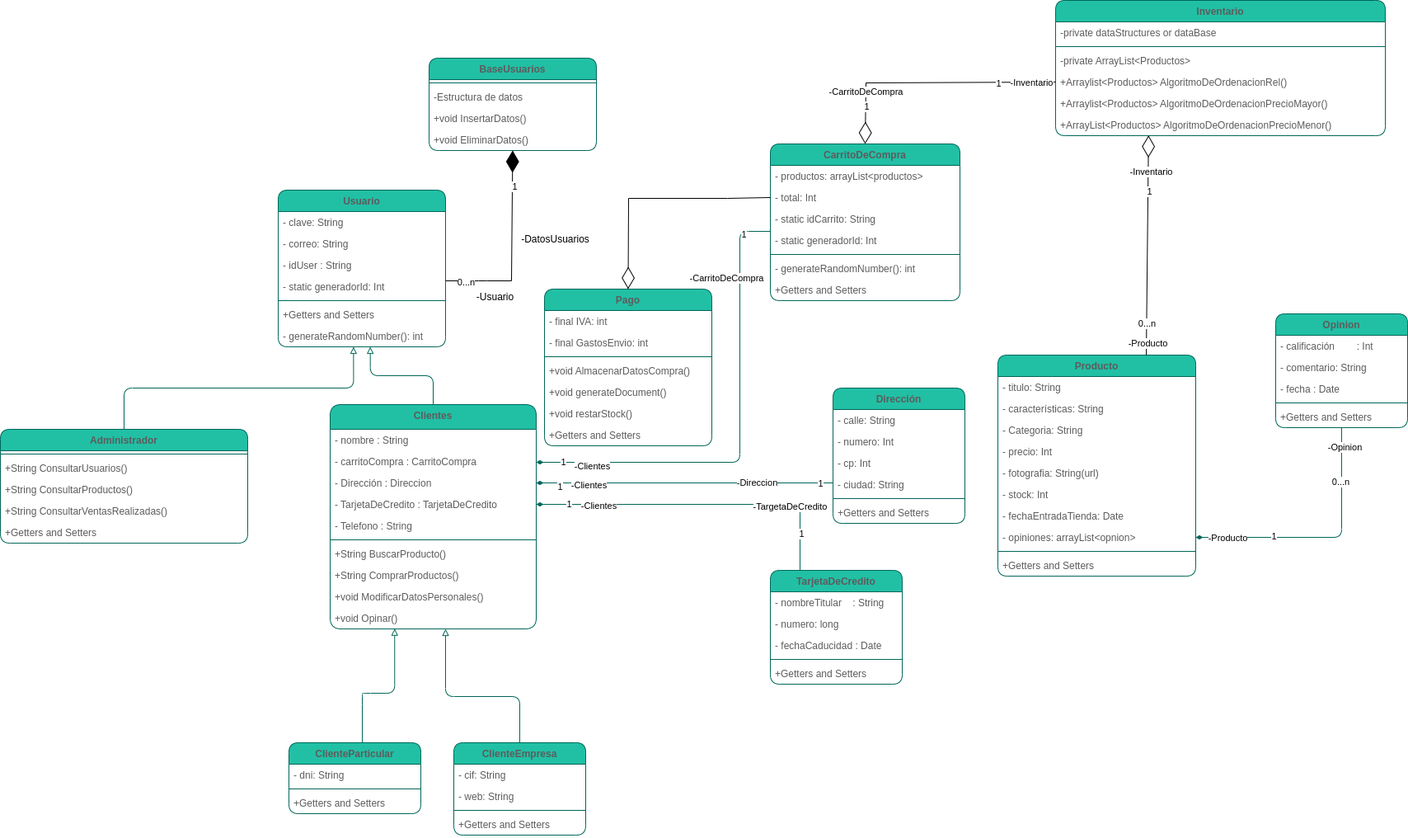
felix-centenera/uah_java_project keeps this draw.io diagram as ULM/DiagramPNG/ulmDiagramV3.drawio.png. Above is the earlier version. Source tidied: cells renumbered, new cells last; positions are measured from the earlier drawing's top-left corner, leaving out a move shared by most shapes.
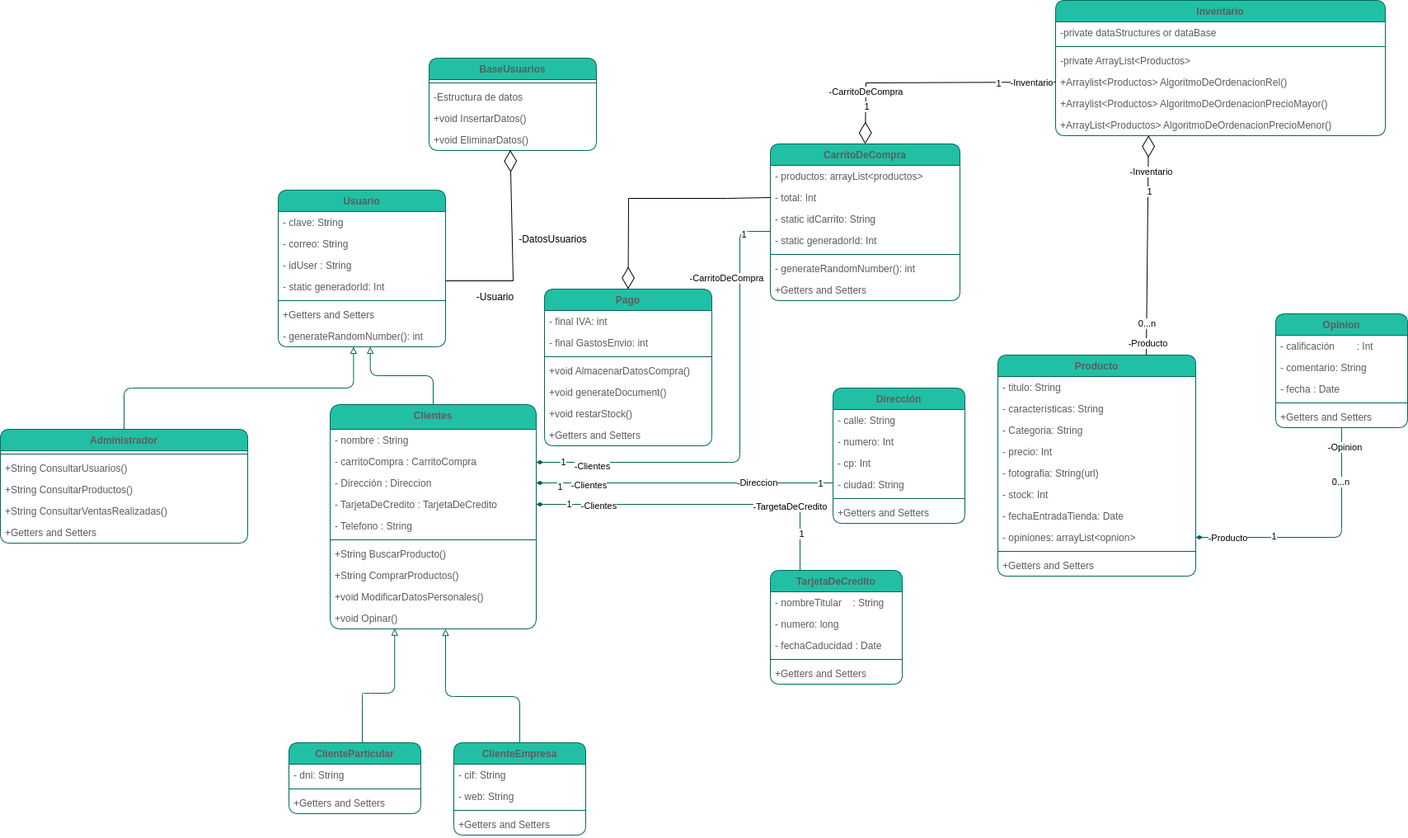
After the commit.

Diff of the diagram source:
```diff
@@ -356,27 +356,11 @@
     <mxCell id="109" value="+void EliminarDatos()" style="text;align=left;verticalAlign=top;spacingLeft=4;spacingRight=4;overflow=hidden;points=[[0,0.5],[1,0.5]];portConstraint=eastwest;fontFamily=Helvetica;fontColor=#5C5C5C;" parent="105" vertex="1">
       <mxGeometry y="86" width="203" height="26" as="geometry" />
     </mxCell>
-    <mxCell id="110" style="endArrow=diamondThin;endFill=1;endSize=24;html=1;rounded=0;" parent="1" edge="1" target="109">
-      <mxGeometry relative="1" as="geometry">
-        <mxPoint x="540" y="340" as="sourcePoint" />
-        <Array as="points">
-          <mxPoint x="580" y="340" />
-          <mxPoint x="590" y="340" />
-          <mxPoint x="620" y="340" />
-        </Array>
-      </mxGeometry>
-    </mxCell>
-    <mxCell id="111" value="0...n" style="edgeLabel;html=1;align=center;verticalAlign=middle;fontFamily=Helvetica;" parent="110" vertex="1">
-      <mxGeometry x="-0.8" y="-1" relative="1" as="geometry" />
-    </mxCell>
-    <mxCell id="112" value="1" style="edgeLabel;html=1;align=center;verticalAlign=middle;fontFamily=Helvetica;" parent="110" vertex="1">
-      <mxGeometry x="0.64" y="-2" relative="1" as="geometry" />
-    </mxCell>
     <mxCell id="113" value="-Usuario" style="text;html=1;align=center;verticalAlign=middle;strokeColor=none;fillColor=none;fontFamily=Helvetica;" parent="1" vertex="1">
       <mxGeometry x="570" y="350" width="60" height="20" as="geometry" />
     </mxCell>
     <mxCell id="114" value="-DatosUsuarios" style="text;html=1;align=center;verticalAlign=middle;strokeColor=none;fillColor=none;fontFamily=Helvetica;" parent="1" vertex="1">
-      <mxGeometry x="623" y="280" width="100" height="20" as="geometry" />
+      <mxGeometry x="620" y="280" width="100" height="20" as="geometry" />
     </mxCell>
     <mxCell id="115" style="endArrow=diamondThin;endFill=0;endSize=24;html=1;rounded=0;exitX=0.75;exitY=0;exitDx=0;exitDy=0;entryX=0.282;entryY=0.987;entryDx=0;entryDy=0;entryPerimeter=0;" parent="1" edge="1" source="63" target="104">
       <mxGeometry relative="1" as="geometry" />
@@ -448,5 +432,13 @@
         </Array>
       </mxGeometry>
     </mxCell>
+    <mxCell id="134" style="endArrow=diamondThin;endFill=0;endSize=24;html=1;rounded=0;fontColor=#5C5C5C;entryX=0.485;entryY=0.978;entryDx=0;entryDy=0;entryPerimeter=0;" parent="1" edge="1" target="109">
+      <mxGeometry relative="1" as="geometry">
+        <mxPoint x="540" y="340" as="sourcePoint" />
+        <Array as="points">
+          <mxPoint x="622" y="340" />
+        </Array>
+      </mxGeometry>
+    </mxCell>
   </root>
 </mxGraphModel>
```
